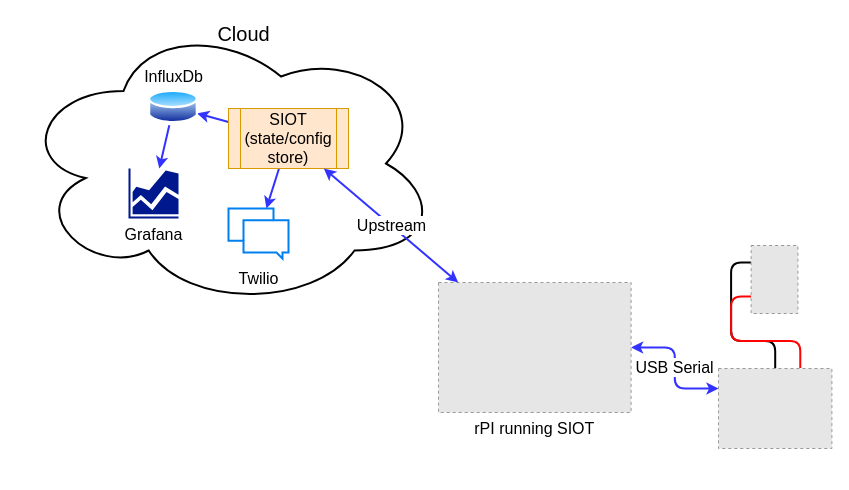
Earlier version of the draw.io diagram page "MCU" (13 of 14) of docs/diagrams.drawio (simpleiot/simpleiot). Source tidied: cells renumbered, new cells numbered last; positions are measured from the earlier drawing's top-left corner, leaving out a move shared by most shapes. Both pictures are drawn from the tidied source at 100%, with x=0, y=0 at pixel (18, 18). Pictures stored in the file or linked from it are replaced by grey dashed boxes.
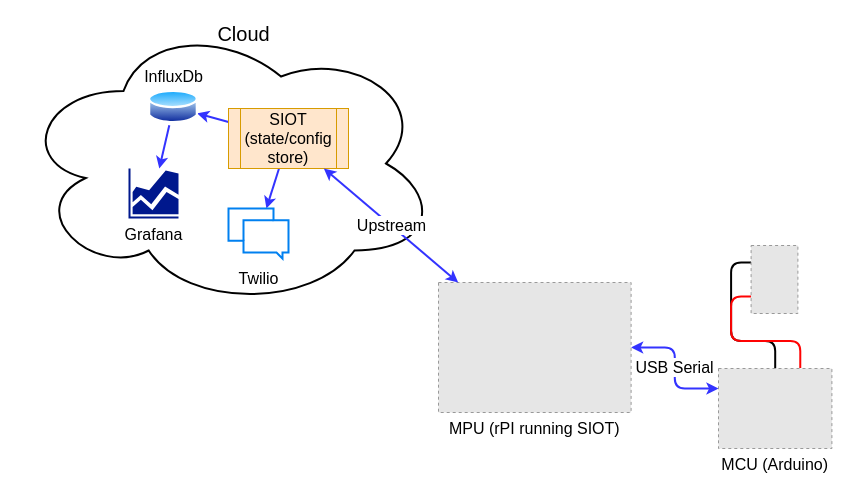
The same page after the edit.

Diff of the diagram source:
```diff
@@
 <mxGraphModel>
   <root>
     <mxCell id="0" />
     <mxCell id="1" parent="0" />
     <mxCell id="2" value="USB Serial" style="edgeStyle=orthogonalEdgeStyle;rounded=1;jettySize=auto;html=1;strokeWidth=2;strokeColor=#3333FF;startArrow=classic;startFill=1;entryX=0;entryY=0.25;entryDx=0;entryDy=0;fontSize=16;" parent="1" edge="1" source="3" target="17">
       <mxGeometry relative="1" as="geometry" />
     </mxCell>
-    <mxCell id="3" value="rPI running SIOT" style="fillColor=#E6E6E6;strokeColor=#999999;dashed=1;verticalLabelPosition=bottom;labelBackgroundColor=default;verticalAlign=top;fontSize=16;" parent="1" vertex="1">
+    <mxCell id="3" value="MPU (rPI running SIOT)" style="fillColor=#E6E6E6;strokeColor=#999999;dashed=1;verticalLabelPosition=bottom;labelBackgroundColor=default;verticalAlign=top;fontSize=16;" parent="1" vertex="1">
       <mxGeometry x="420" y="264" width="192.6" height="130" as="geometry" />
     </mxCell>
     <mxCell id="4" style="edgeStyle=orthogonalEdgeStyle;rounded=1;jettySize=auto;html=1;exitX=0;exitY=0.25;exitDx=0;exitDy=0;entryX=0.5;entryY=0;entryDx=0;entryDy=0;fontSize=16;startArrow=none;startFill=0;strokeColor=#000000;strokeWidth=2;endArrow=none;endFill=0;" parent="1" edge="1" source="6" target="17">
       <mxGeometry relative="1" as="geometry" />
     </mxCell>
     <mxCell id="5" style="edgeStyle=orthogonalEdgeStyle;rounded=1;jettySize=auto;html=1;exitX=0;exitY=0.75;exitDx=0;exitDy=0;entryX=0.721;entryY=-0.007;entryDx=0;entryDy=0;fontSize=16;startArrow=none;startFill=0;strokeColor=#FF0303;strokeWidth=2;endArrow=none;endFill=0;entryPerimeter=0;" parent="1" edge="1" source="6" target="17">
       <mxGeometry relative="1" as="geometry" />
     </mxCell>
     <mxCell id="6" style="fillColor=#E6E6E6;strokeColor=#999999;dashed=1;verticalLabelPosition=bottom;labelBackgroundColor=default;verticalAlign=top;" parent="1" vertex="1">
       <mxGeometry x="732.6" y="227" width="46.8" height="68" as="geometry" />
     </mxCell>
     <mxCell id="7" style="ellipse;shape=cloud;whiteSpace=wrap;html=1;labelBackgroundColor=none;sketch=0;fontSize=16;strokeWidth=2;" parent="1" vertex="1">
       <mxGeometry width="420" height="290" as="geometry" />
     </mxCell>
     <mxCell id="8" style="edgeStyle=none;rounded=0;jettySize=auto;html=1;fontSize=16;startArrow=none;startFill=0;strokeColor=#3333FF;strokeWidth=2;" parent="1" edge="1" source="10" target="12">
       <mxGeometry relative="1" as="geometry" />
     </mxCell>
     <mxCell id="9" style="edgeStyle=none;rounded=0;jettySize=auto;html=1;fontSize=16;startArrow=none;startFill=0;strokeColor=#3333FF;strokeWidth=2;" parent="1" edge="1" source="10" target="15">
       <mxGeometry relative="1" as="geometry" />
     </mxCell>
     <mxCell id="10" value="SIOT&lt;br&gt;(state/config store)" style="shape=process;whiteSpace=wrap;html=1;backgroundOutline=1;fontSize=16;fillColor=#ffe6cc;strokeColor=#d79b00;" parent="1" vertex="1">
       <mxGeometry x="210" y="90" width="120" height="60" as="geometry" />
     </mxCell>
     <mxCell id="11" style="edgeStyle=none;rounded=0;jettySize=auto;html=1;fontSize=16;startArrow=none;startFill=0;strokeColor=#3333FF;strokeWidth=2;" parent="1" edge="1" source="12" target="13">
       <mxGeometry relative="1" as="geometry" />
     </mxCell>
     <mxCell id="12" value="InfluxDb" style="perimeter=ellipsePerimeter;html=1;align=center;shadow=0;dashed=0;spacingTop=3;image;image=img/lib/active_directory/database.svg;fontSize=16;labelPosition=center;verticalLabelPosition=top;verticalAlign=bottom;" parent="1" vertex="1">
       <mxGeometry x="130" y="70" width="50" height="37" as="geometry" />
     </mxCell>
     <mxCell id="13" value="Grafana" style="sketch=0;shadow=0;dashed=0;html=1;strokeColor=none;labelPosition=center;verticalLabelPosition=bottom;verticalAlign=top;align=center;fillColor=#00188D;shape=mxgraph.mscae.general.graph;fontSize=16;" parent="1" vertex="1">
       <mxGeometry x="110" y="150" width="50" height="50" as="geometry" />
     </mxCell>
     <mxCell id="14" value="Cloud" style="text;html=1;align=center;verticalAlign=middle;fillColor=none;strokeColor=none;rounded=0;fontSize=20;" parent="1" vertex="1">
       <mxGeometry x="190" width="70" height="30" as="geometry" />
     </mxCell>
     <mxCell id="15" value="&lt;font style=&quot;font-size: 16px&quot;&gt;Twilio&lt;/font&gt;" style="html=1;verticalLabelPosition=bottom;align=center;labelBackgroundColor=#ffffff;verticalAlign=top;strokeWidth=2;strokeColor=#0080F0;shadow=0;dashed=0;shape=mxgraph.ios7.icons.messages;fontSize=20;" parent="1" vertex="1">
       <mxGeometry x="210" y="190" width="60" height="50" as="geometry" />
     </mxCell>
     <mxCell id="16" value="Upstream" style="rounded=1;jettySize=auto;html=1;fontSize=16;startArrow=classic;startFill=1;endArrow=classic;endFill=1;strokeColor=#3333FF;strokeWidth=2;" parent="1" edge="1" source="3" target="10">
       <mxGeometry relative="1" as="geometry" />
     </mxCell>
-    <mxCell id="17" style="fillColor=#E6E6E6;strokeColor=#999999;dashed=1;verticalLabelPosition=bottom;labelBackgroundColor=default;verticalAlign=top;" parent="1" vertex="1">
+    <mxCell id="17" value="MCU (Arduino)" style="fillColor=#E6E6E6;strokeColor=#999999;dashed=1;verticalLabelPosition=bottom;labelBackgroundColor=default;verticalAlign=top;fontSize=16;" parent="1" vertex="1">
       <mxGeometry x="700" y="350" width="113.4" height="80" as="geometry" />
     </mxCell>
   </root>
 </mxGraphModel>
```
